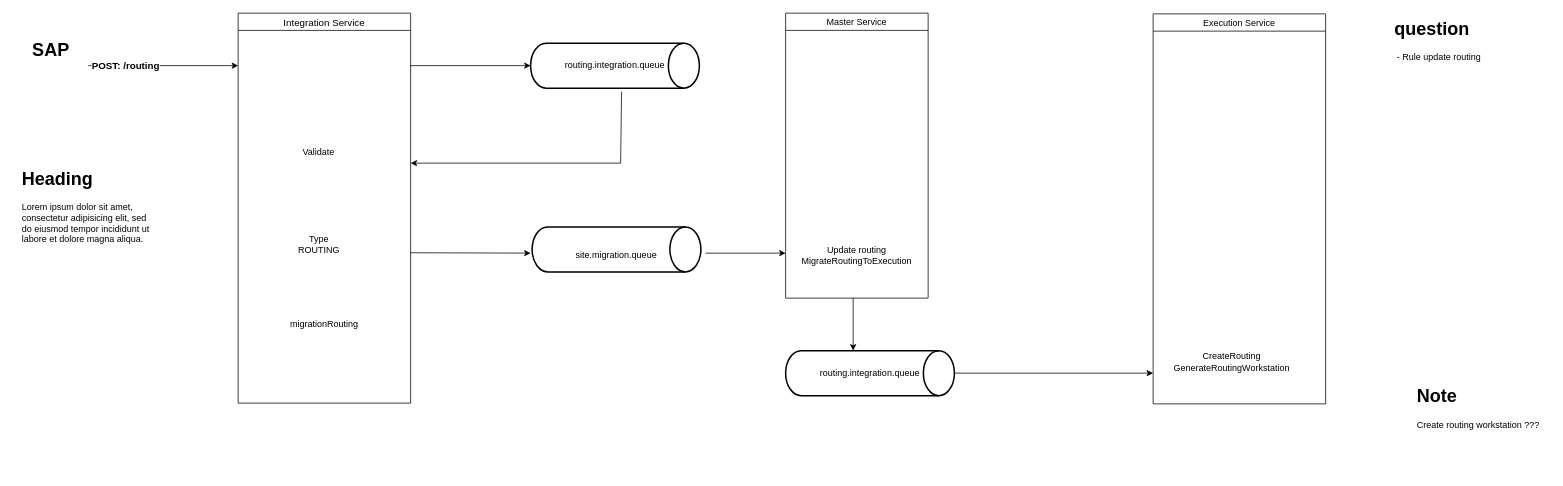
tuankhoi2206/Draft-system-overview keeps this draw.io diagram as page "[GRID] Import Route" (6 of 6) of Realtime.drawio. Above is the earlier version. Source tidied: cells renumbered, new cells numbered last; positions are measured from the earlier drawing's top-left corner, leaving out a move shared by most shapes. Both pictures are drawn from the tidied source at 75%, with x=0, y=0 at pixel (13, 13).
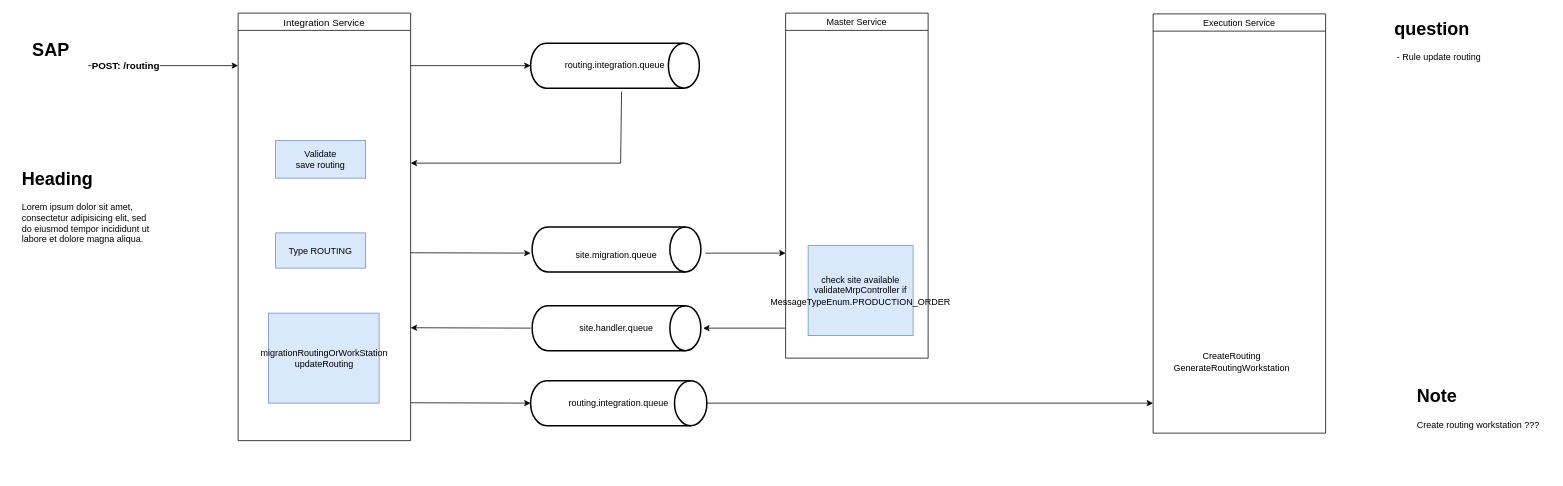
The same page after the edit.

The edit, as a diff of the source:
```diff
@@
     <mxCell id="4" value="&lt;span style=&quot;font-weight: 400;&quot;&gt;Integration Service&lt;/span&gt;" style="swimlane;whiteSpace=wrap;html=1;fontSize=13;" parent="1" vertex="1">
-      <mxGeometry x="300" width="230" height="520" as="geometry" />
+      <mxGeometry x="300" width="230" height="570" as="geometry" />
     </mxCell>
@@
-    <mxCell id="6" value="Type ROUTING" style="text;html=1;align=center;verticalAlign=middle;whiteSpace=wrap;rounded=0;" parent="4" vertex="1">
-      <mxGeometry x="77.5" y="293" width="60" height="30" as="geometry" />
+    <mxCell id="6" value="Type ROUTING" style="text;html=1;align=center;verticalAlign=middle;whiteSpace=wrap;rounded=0;fillColor=#dae8fc;strokeColor=#6c8ebf;" parent="4" vertex="1">
+      <mxGeometry x="50" y="293" width="120" height="47" as="geometry" />
     </mxCell>
-    <mxCell id="7" value="migrationRouting" style="text;html=1;align=center;verticalAlign=middle;whiteSpace=wrap;rounded=0;" parent="4" vertex="1">
-      <mxGeometry x="70" y="400" width="90" height="30" as="geometry" />
-    </mxCell>
-    <mxCell id="8" value="V&lt;span style=&quot;background-color: initial;&quot;&gt;alidate&lt;/span&gt;" style="text;html=1;align=center;verticalAlign=middle;whiteSpace=wrap;rounded=0;" parent="4" vertex="1">
-      <mxGeometry x="70" y="170" width="75" height="30" as="geometry" />
+    <mxCell id="8" value="V&lt;span style=&quot;background-color: initial;&quot;&gt;alidate&lt;/span&gt;&lt;div&gt;&lt;span style=&quot;background-color: initial;&quot;&gt;save routing&lt;/span&gt;&lt;/div&gt;" style="text;html=1;align=center;verticalAlign=middle;whiteSpace=wrap;rounded=0;fillColor=#dae8fc;strokeColor=#6c8ebf;" parent="4" vertex="1">
+      <mxGeometry x="50" y="170" width="120" height="50" as="geometry" />
     </mxCell>
+    <mxCell id="26" value="migrationRoutingOrWorkStation&lt;div&gt;updateRouting&lt;/div&gt;" style="text;html=1;align=center;verticalAlign=middle;whiteSpace=wrap;rounded=0;fillColor=#dae8fc;strokeColor=#6c8ebf;" parent="4" vertex="1">
+      <mxGeometry x="40.5" y="400" width="147.5" height="120" as="geometry" />
+    </mxCell>
@@
     <mxCell id="15" value="&lt;span style=&quot;font-weight: 400;&quot;&gt;Master Service&lt;/span&gt;" style="swimlane;whiteSpace=wrap;html=1;" parent="1" vertex="1">
-      <mxGeometry x="1030" width="190" height="380" as="geometry" />
+      <mxGeometry x="1030" width="190" height="460" as="geometry" />
     </mxCell>
-    <mxCell id="16" value="&lt;div&gt;&lt;br&gt;&lt;/div&gt;&lt;div&gt;Update routing&lt;/div&gt;&lt;div&gt;MigrateRoutingToExecution&lt;/div&gt;" style="text;html=1;align=center;verticalAlign=middle;whiteSpace=wrap;rounded=0;" parent="15" vertex="1">
-      <mxGeometry x="50" y="301" width="90" height="30" as="geometry" />
+    <mxCell id="16" value="&lt;div&gt;&lt;span style=&quot;background-color: initial;&quot;&gt;check site available&lt;/span&gt;&lt;/div&gt;&lt;div&gt;validateMrpController if MessageTypeEnum.PRODUCTION_ORDER&lt;/div&gt;" style="text;html=1;align=center;verticalAlign=middle;whiteSpace=wrap;rounded=0;fillColor=#dae8fc;strokeColor=#6c8ebf;" parent="15" vertex="1">
+      <mxGeometry x="30" y="310" width="140" height="120" as="geometry" />
     </mxCell>
@@
     <mxCell id="18" value="&lt;span style=&quot;font-weight: 400;&quot;&gt;Execution Service&lt;/span&gt;" style="swimlane;whiteSpace=wrap;html=1;" parent="1" vertex="1">
-      <mxGeometry x="1520" y="1" width="230" height="520" as="geometry" />
+      <mxGeometry x="1520" y="1" width="230" height="559" as="geometry" />
     </mxCell>
@@
     <mxCell id="20" style="endArrow=classic;html=1;rounded=0;exitX=1;exitY=0.5;exitDx=0;exitDy=0;exitPerimeter=0;" parent="1" edge="1" source="21">
       <mxGeometry relative="1" as="geometry">
-        <mxPoint x="1520" y="480" as="targetPoint" />
+        <mxPoint x="1520" y="520" as="targetPoint" />
       </mxGeometry>
     </mxCell>
     <mxCell id="21" value="routing.integration.queue" style="strokeWidth=2;html=1;shape=mxgraph.flowchart.direct_data;whiteSpace=wrap;" parent="1" vertex="1">
-      <mxGeometry x="1030" y="450" width="225" height="60" as="geometry" />
+      <mxGeometry x="690" y="490" width="235" height="60" as="geometry" />
     </mxCell>
-    <mxCell id="22" style="endArrow=classic;html=1;rounded=0;" parent="1" edge="1">
-      <mxGeometry relative="1" as="geometry">
-        <mxPoint x="1120" y="380" as="sourcePoint" />
-        <mxPoint x="1120" y="450" as="targetPoint" />
-      </mxGeometry>
-    </mxCell>
@@
+    <mxCell id="27" value="site.handler.queue" style="strokeWidth=2;html=1;shape=mxgraph.flowchart.direct_data;whiteSpace=wrap;align=center;" parent="1" vertex="1">
+      <mxGeometry x="692" y="390" width="225" height="60" as="geometry" />
+    </mxCell>
+    <mxCell id="28" style="endArrow=classic;html=1;rounded=0;" parent="1" edge="1">
+      <mxGeometry relative="1" as="geometry">
+        <mxPoint x="1030" y="420" as="sourcePoint" />
+        <mxPoint x="920" y="420" as="targetPoint" />
+      </mxGeometry>
+    </mxCell>
+    <mxCell id="29" style="endArrow=classic;html=1;rounded=0;" parent="1" edge="1">
+      <mxGeometry relative="1" as="geometry">
+        <mxPoint x="690" y="420" as="sourcePoint" />
+        <mxPoint x="530" y="419.5" as="targetPoint" />
+      </mxGeometry>
+    </mxCell>
+    <mxCell id="30" style="endArrow=classic;html=1;rounded=0;" parent="1" edge="1">
+      <mxGeometry relative="1" as="geometry">
+        <mxPoint x="530" y="519.5" as="sourcePoint" />
+        <mxPoint x="690" y="520" as="targetPoint" />
+      </mxGeometry>
+    </mxCell>
```
